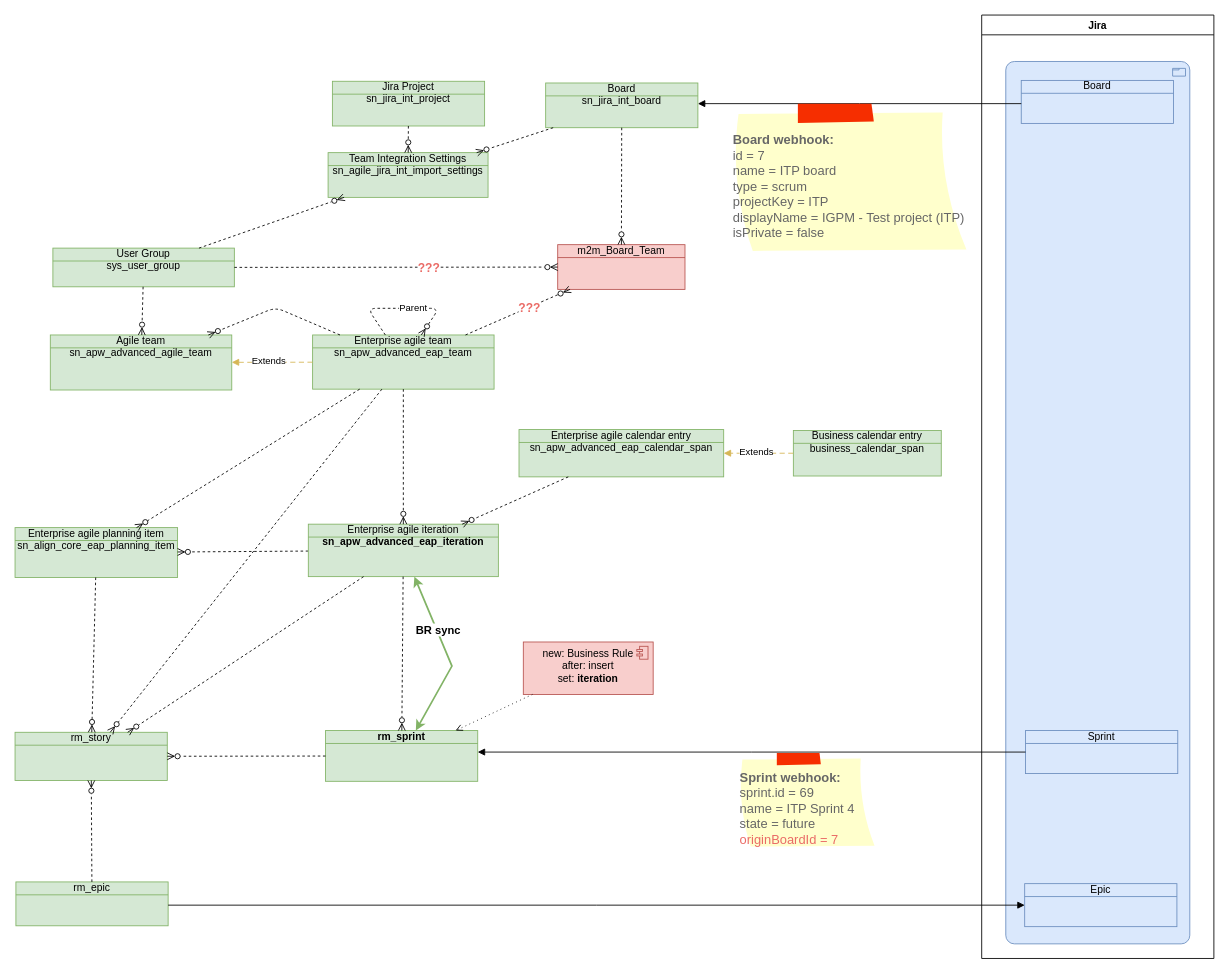
algimas/tmp keeps this draw.io diagram as BoschEAP.drawio. Above is the earlier version. Source tidied: cells renumbered, new cells numbered last; positions are measured from the earlier drawing's top-left corner, leaving out a move shared by most shapes. Both pictures are drawn from the tidied source at 86%, with x=0, y=0 at pixel (15, 15).
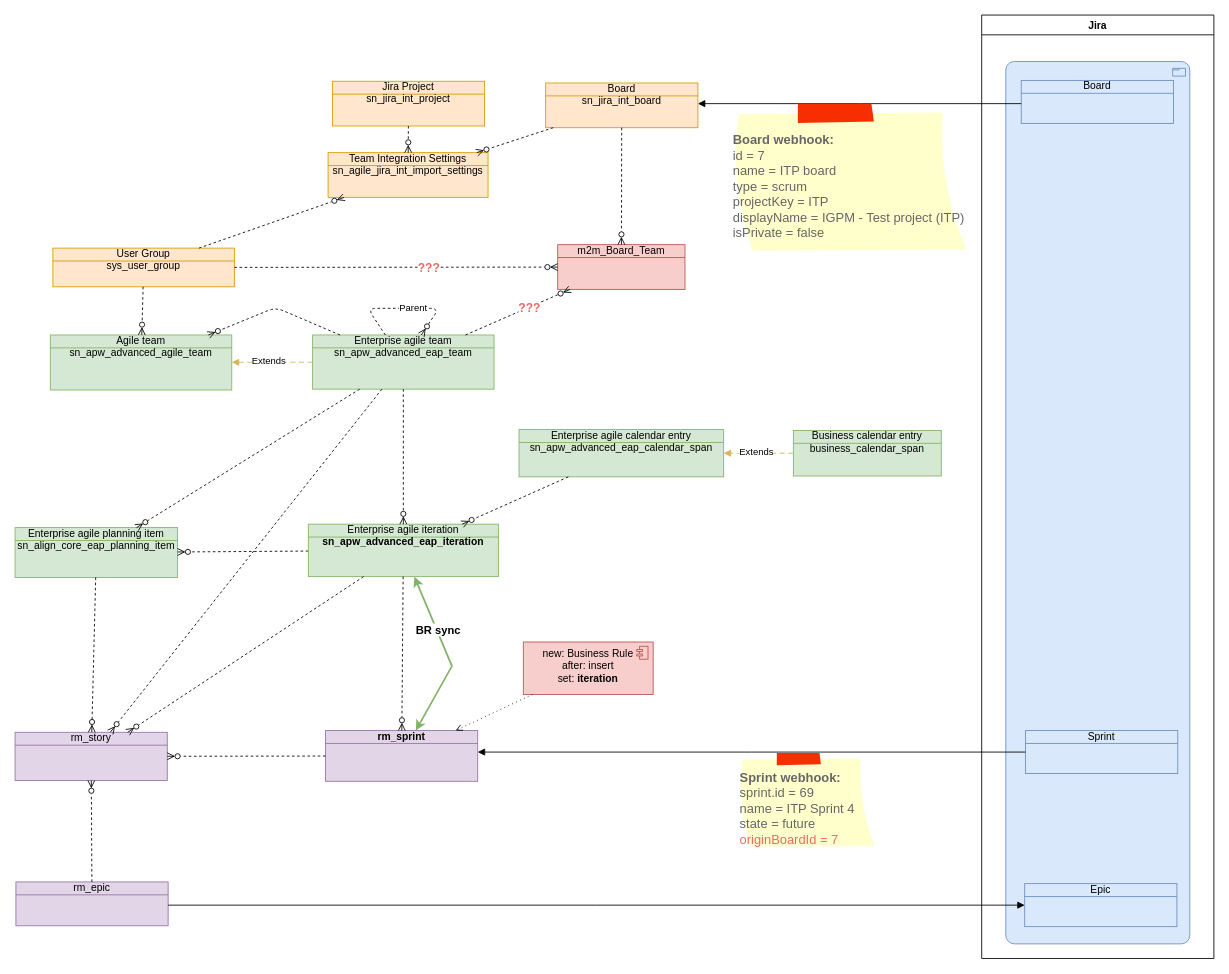
After the change.

The edit, as a diff of the source:
```diff
@@
-    <mxCell id="2" value="&lt;b&gt;rm_sprint&lt;/b&gt;" style="html=1;outlineConnect=0;whiteSpace=wrap;fillColor=#d5e8d4;shape=mxgraph.archimate3.businessObject;overflow=fill;strokeColor=#82b366;" parent="1" vertex="1">
+    <mxCell id="2" value="&lt;b&gt;rm_sprint&lt;/b&gt;" style="html=1;outlineConnect=0;whiteSpace=wrap;fillColor=#e1d5e7;shape=mxgraph.archimate3.businessObject;overflow=fill;strokeColor=#9673a6;" parent="1" vertex="1">
       <mxGeometry x="361" y="832" width="177" height="59" as="geometry" />
     </mxCell>
@@
-    <mxCell id="5" value="rm_story" style="html=1;outlineConnect=0;whiteSpace=wrap;fillColor=#d5e8d4;shape=mxgraph.archimate3.businessObject;overflow=fill;strokeColor=#82b366;" parent="1" vertex="1">
+    <mxCell id="5" value="rm_story" style="html=1;outlineConnect=0;whiteSpace=wrap;fillColor=#e1d5e7;shape=mxgraph.archimate3.businessObject;overflow=fill;strokeColor=#9673a6;" parent="1" vertex="1">
       <mxGeometry y="834" width="177" height="56" as="geometry" />
     </mxCell>
@@
-    <mxCell id="18" value="rm_epic" style="html=1;outlineConnect=0;whiteSpace=wrap;fillColor=#d5e8d4;shape=mxgraph.archimate3.businessObject;overflow=fill;strokeColor=#82b366;" parent="1" vertex="1">
+    <mxCell id="18" value="rm_epic" style="html=1;outlineConnect=0;whiteSpace=wrap;fillColor=#e1d5e7;shape=mxgraph.archimate3.businessObject;overflow=fill;strokeColor=#9673a6;" parent="1" vertex="1">
       <mxGeometry x="1" y="1008" width="177" height="51" as="geometry" />
     </mxCell>
@@
-    <mxCell id="32" value="User Group&lt;div&gt;sys_user_group&lt;/div&gt;" style="html=1;outlineConnect=0;whiteSpace=wrap;fillColor=#d5e8d4;shape=mxgraph.archimate3.businessObject;overflow=fill;strokeColor=#82b366;" parent="1" vertex="1">
+    <mxCell id="32" value="User Group&lt;div&gt;sys_user_group&lt;/div&gt;" style="html=1;outlineConnect=0;whiteSpace=wrap;fillColor=#ffe6cc;shape=mxgraph.archimate3.businessObject;overflow=fill;strokeColor=#d79b00;" parent="1" vertex="1">
       <mxGeometry x="44" y="271" width="211" height="45" as="geometry" />
     </mxCell>
@@
-    <mxCell id="39" value="Board&lt;div&gt;sn_jira_int_board&lt;/div&gt;" style="html=1;outlineConnect=0;whiteSpace=wrap;fillColor=#d5e8d4;shape=mxgraph.archimate3.businessObject;overflow=fill;strokeColor=#82b366;" parent="1" vertex="1">
+    <mxCell id="39" value="Board&lt;div&gt;sn_jira_int_board&lt;/div&gt;" style="html=1;outlineConnect=0;whiteSpace=wrap;fillColor=#ffe6cc;shape=mxgraph.archimate3.businessObject;overflow=fill;strokeColor=#d79b00;" parent="1" vertex="1">
       <mxGeometry x="617" y="79" width="177" height="52" as="geometry" />
     </mxCell>
@@
-    <mxCell id="44" value="Jira Project&lt;div&gt;sn_jira_int_project&lt;/div&gt;" style="html=1;outlineConnect=0;whiteSpace=wrap;fillColor=#d5e8d4;shape=mxgraph.archimate3.businessObject;overflow=fill;strokeColor=#82b366;" parent="1" vertex="1">
+    <mxCell id="44" value="Jira Project&lt;div&gt;sn_jira_int_project&lt;/div&gt;" style="html=1;outlineConnect=0;whiteSpace=wrap;fillColor=#ffe6cc;shape=mxgraph.archimate3.businessObject;overflow=fill;strokeColor=#d79b00;" parent="1" vertex="1">
       <mxGeometry x="369" y="77" width="177" height="52" as="geometry" />
     </mxCell>
-    <mxCell id="45" value="Team Integration Settings&lt;br&gt;&lt;div&gt;sn_agile_jira_int_import_settings&lt;/div&gt;" style="html=1;outlineConnect=0;whiteSpace=wrap;fillColor=#d5e8d4;shape=mxgraph.archimate3.businessObject;overflow=fill;strokeColor=#82b366;" parent="1" vertex="1">
+    <mxCell id="45" value="Team Integration Settings&lt;br&gt;&lt;div&gt;sn_agile_jira_int_import_settings&lt;/div&gt;" style="html=1;outlineConnect=0;whiteSpace=wrap;fillColor=#ffe6cc;shape=mxgraph.archimate3.businessObject;overflow=fill;strokeColor=#d79b00;" parent="1" vertex="1">
       <mxGeometry x="364" y="160" width="186" height="52" as="geometry" />
     </mxCell>
```
